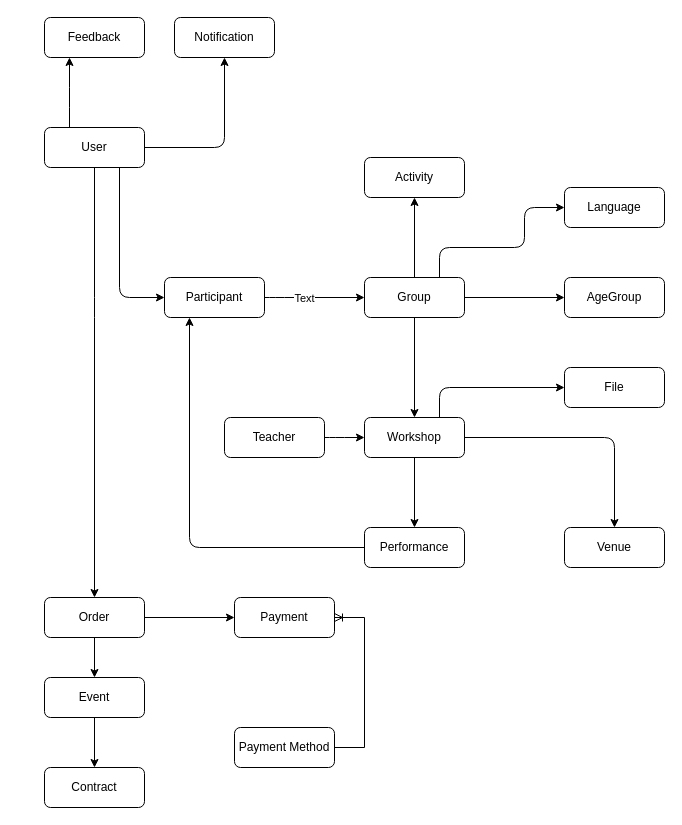
Above: docs/erm.drawio in OleksiyKharkiv/lebens_rhythmus (draw.io), before the change. Source tidied: cells renumbered, new cells numbered last; positions are measured from the earlier drawing's top-left corner, leaving out a move shared by most shapes. Both pictures are drawn from the tidied source at 100%, with x=0, y=0 at pixel (44, 17).
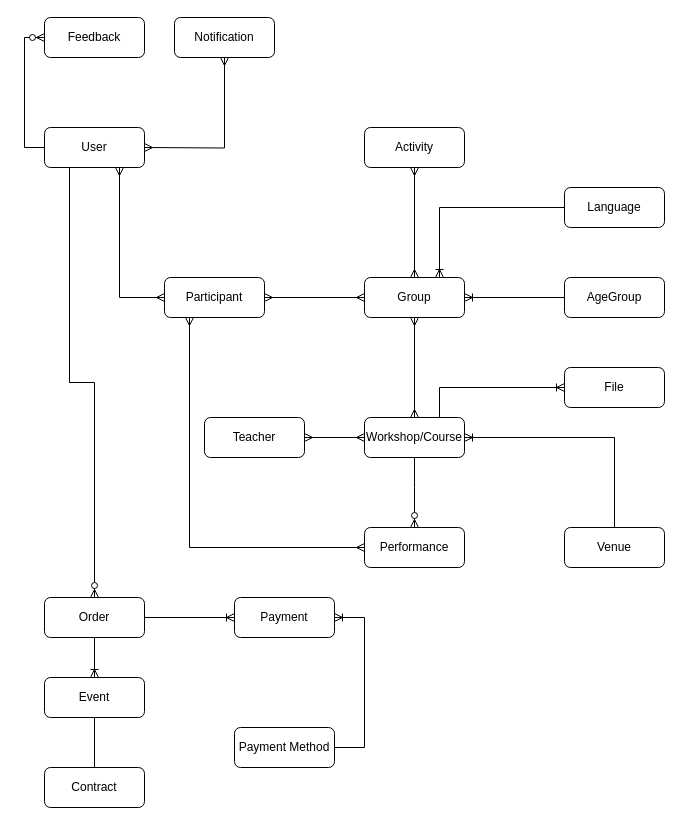
After the change.

Unchanged cells that the change refers to:
```xml
<mxCell id="2" value="User" style="rounded=1;whiteSpace=wrap;html=1;" parent="1" vertex="1">
  <mxGeometry y="110" width="100" height="40" as="geometry" />
</mxCell>
<mxCell id="3" value="Participant" style="rounded=1;whiteSpace=wrap;html=1;" parent="1" vertex="1">
  <mxGeometry x="120" y="260" width="100" height="40" as="geometry" />
</mxCell>
<mxCell id="5" value="Group" style="rounded=1;whiteSpace=wrap;html=1;" parent="1" vertex="1">
  <mxGeometry x="320" y="260" width="100" height="40" as="geometry" />
</mxCell>
<mxCell id="8" value="Venue" style="rounded=1;whiteSpace=wrap;html=1;" parent="1" vertex="1">
  <mxGeometry x="520" y="510" width="100" height="40" as="geometry" />
</mxCell>
<mxCell id="9" value="Performance" style="rounded=1;whiteSpace=wrap;html=1;" parent="1" vertex="1">
  <mxGeometry x="320" y="510" width="100" height="40" as="geometry" />
</mxCell>
<mxCell id="10" value="Event" style="rounded=1;whiteSpace=wrap;html=1;" parent="1" vertex="1">
  <mxGeometry y="660" width="100" height="40" as="geometry" />
</mxCell>
<mxCell id="11" value="Order" style="rounded=1;whiteSpace=wrap;html=1;" parent="1" vertex="1">
  <mxGeometry y="580" width="100" height="40" as="geometry" />
</mxCell>
<mxCell id="12" value="Language" style="rounded=1;whiteSpace=wrap;html=1;" parent="1" vertex="1">
  <mxGeometry x="520" y="170" width="100" height="40" as="geometry" />
</mxCell>
<mxCell id="13" value="AgeGroup" style="rounded=1;whiteSpace=wrap;html=1;" parent="1" vertex="1">
  <mxGeometry x="520" y="260" width="100" height="40" as="geometry" />
</mxCell>
<mxCell id="14" value="File" style="rounded=1;whiteSpace=wrap;html=1;" parent="1" vertex="1">
  <mxGeometry x="520" y="350" width="100" height="40" as="geometry" />
</mxCell>
<mxCell id="15" value="Contract" style="rounded=1;whiteSpace=wrap;html=1;" parent="1" vertex="1">
  <mxGeometry y="750" width="100" height="40" as="geometry" />
</mxCell>
<mxCell id="16" value="Payment" style="rounded=1;whiteSpace=wrap;html=1;" parent="1" vertex="1">
  <mxGeometry x="190" y="580" width="100" height="40" as="geometry" />
</mxCell>
<mxCell id="17" value="Notification" style="rounded=1;whiteSpace=wrap;html=1;" parent="1" vertex="1">
  <mxGeometry x="130" width="100" height="40" as="geometry" />
</mxCell>
<mxCell id="18" value="Feedback" style="rounded=1;whiteSpace=wrap;html=1;" parent="1" vertex="1">
  <mxGeometry width="100" height="40" as="geometry" />
</mxCell>
```

What changed in the source:
```diff
@@
     <mxCell id="4" value="Teacher" style="rounded=1;whiteSpace=wrap;html=1;" parent="1" vertex="1">
-      <mxGeometry x="180" y="400" width="100" height="40" as="geometry" />
+      <mxGeometry x="160" y="400" width="100" height="40" as="geometry" />
     </mxCell>
@@
     <mxCell id="6" value="Activity" style="rounded=1;whiteSpace=wrap;html=1;" parent="1" vertex="1">
-      <mxGeometry x="320" y="140" width="100" height="40" as="geometry" />
+      <mxGeometry x="320" y="110" width="100" height="40" as="geometry" />
     </mxCell>
-    <mxCell id="7" value="Workshop" style="rounded=1;whiteSpace=wrap;html=1;" parent="1" vertex="1">
+    <mxCell id="7" value="Workshop/Course" style="rounded=1;whiteSpace=wrap;html=1;" parent="1" vertex="1">
       <mxGeometry x="320" y="400" width="100" height="40" as="geometry" />
     </mxCell>
@@
-    <mxCell id="19" style="edgeStyle=orthogonalEdgeStyle;rounded=1;jettySize=auto;html=1;exitX=0.75;exitY=1;exitDx=0;exitDy=0;entryX=0;entryY=0.5;entryDx=0;entryDy=0;" parent="1" edge="1" source="2" target="3">
-      <mxGeometry relative="1" as="geometry" />
-    </mxCell>
+    <mxCell id="37" value="Payment Method" style="rounded=1;whiteSpace=wrap;html=1;" parent="1" vertex="1">
+      <mxGeometry x="190" y="710" width="100" height="40" as="geometry" />
+    </mxCell>
+    <mxCell id="38" style="edgeStyle=entityRelationEdgeStyle;fontSize=12;html=1;endArrow=ERoneToMany;rounded=0;exitX=1;exitY=0.5;exitDx=0;exitDy=0;entryX=1;entryY=0.5;entryDx=0;entryDy=0;" parent="1" edge="1" source="37" target="16">
+      <mxGeometry relative="1" as="geometry" />
+    </mxCell>
+    <mxCell id="32" style="edgeStyle=orthogonalEdgeStyle;fontSize=12;html=1;endArrow=ERzeroToMany;endFill=1;rounded=0;exitX=0;exitY=0.5;exitDx=0;exitDy=0;entryX=0;entryY=0.5;entryDx=0;entryDy=0;" parent="1" edge="1" source="2" target="18">
+      <mxGeometry relative="1" as="geometry">
+        <Array as="points">
+          <mxPoint x="-20" y="130" />
+          <mxPoint x="-20" y="20" />
+        </Array>
+      </mxGeometry>
+    </mxCell>
+    <mxCell id="39" style="edgeStyle=orthogonalEdgeStyle;fontSize=12;html=1;endArrow=ERmany;startArrow=ERmany;rounded=0;entryX=0.5;entryY=1;entryDx=0;entryDy=0;" parent="1" edge="1" target="17">
+      <mxGeometry relative="1" as="geometry">
+        <mxPoint x="100" y="130" as="sourcePoint" />
+      </mxGeometry>
+    </mxCell>
+    <mxCell id="40" style="edgeStyle=orthogonalEdgeStyle;fontSize=12;html=1;endArrow=ERmany;startArrow=ERmany;rounded=0;entryX=0.75;entryY=1;entryDx=0;entryDy=0;exitX=0;exitY=0.5;exitDx=0;exitDy=0;" parent="1" edge="1" source="3" target="2">
+      <mxGeometry relative="1" as="geometry" />
+    </mxCell>
+    <mxCell id="28" style="edgeStyle=orthogonalEdgeStyle;fontSize=12;html=1;endArrow=ERzeroToMany;endFill=1;rounded=0;exitX=0.25;exitY=1;exitDx=0;exitDy=0;entryX=0.5;entryY=0;entryDx=0;entryDy=0;" parent="1" edge="1" source="2" target="11">
+      <mxGeometry relative="1" as="geometry" />
+    </mxCell>
-    <mxCell id="20" style="edgeStyle=orthogonalEdgeStyle;rounded=1;jettySize=auto;html=1;entryX=0;entryY=0.5;entryDx=0;entryDy=0;exitX=1;exitY=0.5;exitDx=0;exitDy=0;" parent="1" edge="1" source="3" target="5">
-      <mxGeometry relative="1" as="geometry">
-        <Array as="points">
-          <mxPoint x="230" y="280" />
-          <mxPoint x="230" y="280" />
-        </Array>
-      </mxGeometry>
+    <mxCell id="20" style="edgeStyle=orthogonalEdgeStyle;fontSize=12;html=1;endArrow=ERmany;startArrow=ERmany;rounded=0;entryX=0;entryY=0.5;entryDx=0;entryDy=0;exitX=1;exitY=0.5;exitDx=0;exitDy=0;" parent="1" edge="1" source="3" target="5">
+      <mxGeometry relative="1" as="geometry" />
     </mxCell>
-    <mxCell id="21" value="Text" style="edgeLabel;html=1;align=center;verticalAlign=middle;" parent="20" vertex="1">
-      <mxGeometry x="-0.23" relative="1" as="geometry" />
-    </mxCell>
-    <mxCell id="22" style="edgeStyle=orthogonalEdgeStyle;rounded=1;jettySize=auto;html=1;exitX=0.5;exitY=0;exitDx=0;exitDy=0;entryX=0.5;entryY=1;entryDx=0;entryDy=0;" parent="1" edge="1" source="5" target="6">
-      <mxGeometry relative="1" as="geometry" />
-    </mxCell>
-    <mxCell id="23" style="edgeStyle=orthogonalEdgeStyle;rounded=1;jettySize=auto;html=1;exitX=0.5;exitY=1;exitDx=0;exitDy=0;entryX=0.5;entryY=0;entryDx=0;entryDy=0;" parent="1" edge="1" source="5" target="7">
-      <mxGeometry relative="1" as="geometry" />
-    </mxCell>
-    <mxCell id="24" style="edgeStyle=orthogonalEdgeStyle;rounded=1;jettySize=auto;html=1;exitX=1;exitY=0.5;exitDx=0;exitDy=0;entryX=0;entryY=0.5;entryDx=0;entryDy=0;" parent="1" edge="1" source="4" target="7">
-      <mxGeometry relative="1" as="geometry">
-        <Array as="points">
-          <mxPoint x="290" y="420" />
-          <mxPoint x="290" y="420" />
-        </Array>
-      </mxGeometry>
-    </mxCell>
-    <mxCell id="25" style="edgeStyle=orthogonalEdgeStyle;rounded=1;jettySize=auto;html=1;exitX=1;exitY=0.5;exitDx=0;exitDy=0;entryX=0.5;entryY=0;entryDx=0;entryDy=0;" parent="1" edge="1" source="7" target="8">
-      <mxGeometry relative="1" as="geometry" />
-    </mxCell>
-    <mxCell id="26" style="edgeStyle=orthogonalEdgeStyle;rounded=1;jettySize=auto;html=1;exitX=0.5;exitY=1;exitDx=0;exitDy=0;entryX=0.5;entryY=0;entryDx=0;entryDy=0;" parent="1" edge="1" source="7" target="9">
-      <mxGeometry relative="1" as="geometry" />
-    </mxCell>
-    <mxCell id="27" style="edgeStyle=orthogonalEdgeStyle;rounded=1;jettySize=auto;html=1;exitX=0;exitY=0.5;exitDx=0;exitDy=0;entryX=0.25;entryY=1;entryDx=0;entryDy=0;" parent="1" edge="1" source="9" target="3">
-      <mxGeometry relative="1" as="geometry">
-        <Array as="points">
-          <mxPoint x="145" y="530" />
-        </Array>
-      </mxGeometry>
-    </mxCell>
-    <mxCell id="28" style="edgeStyle=orthogonalEdgeStyle;rounded=1;jettySize=auto;html=1;exitX=0.5;exitY=1;exitDx=0;exitDy=0;entryX=0.5;entryY=0;entryDx=0;entryDy=0;" parent="1" edge="1" source="2" target="11">
-      <mxGeometry relative="1" as="geometry">
-        <Array as="points">
-          <mxPoint x="50" y="290" />
-        </Array>
-      </mxGeometry>
-    </mxCell>
+    <mxCell id="41" style="edgeStyle=orthogonalEdgeStyle;fontSize=12;html=1;endArrow=ERmany;startArrow=ERmany;rounded=0;entryX=0.5;entryY=0;entryDx=0;entryDy=0;exitX=0.5;exitY=1;exitDx=0;exitDy=0;" parent="1" edge="1" source="6" target="5">
+      <mxGeometry relative="1" as="geometry" />
+    </mxCell>
+    <mxCell id="35" style="edgeStyle=orthogonalEdgeStyle;fontSize=12;html=1;endArrow=ERoneToMany;rounded=0;exitX=1;exitY=0.5;exitDx=0;exitDy=0;entryX=0;entryY=0.5;entryDx=0;entryDy=0;" parent="1" edge="1" source="11" target="16">
+      <mxGeometry relative="1" as="geometry" />
+    </mxCell>
-    <mxCell id="29" style="edgeStyle=orthogonalEdgeStyle;rounded=1;jettySize=auto;html=1;exitX=0.5;exitY=1;exitDx=0;exitDy=0;entryX=0.5;entryY=0;entryDx=0;entryDy=0;" parent="1" edge="1" source="11" target="10">
+    <mxCell id="29" style="edgeStyle=orthogonalEdgeStyle;fontSize=12;html=1;endArrow=ERoneToMany;rounded=0;exitX=0.5;exitY=1;exitDx=0;exitDy=0;entryX=0.5;entryY=0;entryDx=0;entryDy=0;" parent="1" edge="1" source="11" target="10">
       <mxGeometry relative="1" as="geometry" />
     </mxCell>
-    <mxCell id="30" style="edgeStyle=orthogonalEdgeStyle;rounded=1;jettySize=auto;html=1;exitX=0.75;exitY=0;exitDx=0;exitDy=0;entryX=0;entryY=0.5;entryDx=0;entryDy=0;" parent="1" edge="1" source="5" target="12">
-      <mxGeometry relative="1" as="geometry">
-        <Array as="points">
-          <mxPoint x="395" y="230" />
-          <mxPoint x="480" y="230" />
-          <mxPoint x="480" y="190" />
-        </Array>
-      </mxGeometry>
-    </mxCell>
-    <mxCell id="31" style="edgeStyle=orthogonalEdgeStyle;rounded=1;jettySize=auto;html=1;exitX=1;exitY=0.5;exitDx=0;exitDy=0;entryX=0;entryY=0.5;entryDx=0;entryDy=0;" parent="1" edge="1" source="5" target="13">
-      <mxGeometry relative="1" as="geometry" />
-    </mxCell>
-    <mxCell id="32" style="edgeStyle=orthogonalEdgeStyle;rounded=1;jettySize=auto;html=1;exitX=0.25;exitY=0;exitDx=0;exitDy=0;entryX=0.25;entryY=1;entryDx=0;entryDy=0;" parent="1" edge="1" source="2" target="18">
-      <mxGeometry relative="1" as="geometry">
-        <Array as="points">
-          <mxPoint x="25" y="80" />
-          <mxPoint x="25" y="80" />
-        </Array>
-      </mxGeometry>
-    </mxCell>
-    <mxCell id="33" style="edgeStyle=orthogonalEdgeStyle;rounded=1;jettySize=auto;html=1;exitX=0.75;exitY=0;exitDx=0;exitDy=0;entryX=0;entryY=0.5;entryDx=0;entryDy=0;" parent="1" edge="1" source="7" target="14">
-      <mxGeometry relative="1" as="geometry">
-        <Array as="points">
-          <mxPoint x="395" y="370" />
-        </Array>
-      </mxGeometry>
+    <mxCell id="33" style="edgeStyle=orthogonalEdgeStyle;fontSize=12;html=1;endArrow=ERoneToMany;rounded=0;exitX=0.75;exitY=0;exitDx=0;exitDy=0;entryX=0;entryY=0.5;entryDx=0;entryDy=0;" parent="1" edge="1" source="7" target="14">
+      <mxGeometry relative="1" as="geometry" />
     </mxCell>
-    <mxCell id="34" style="edgeStyle=orthogonalEdgeStyle;rounded=1;jettySize=auto;html=1;exitX=0.5;exitY=1;exitDx=0;exitDy=0;entryX=0.5;entryY=0;entryDx=0;entryDy=0;" parent="1" edge="1" source="10" target="15">
-      <mxGeometry relative="1" as="geometry">
-        <Array as="points">
-          <mxPoint x="50" y="700" />
-          <mxPoint x="50" y="700" />
-        </Array>
-      </mxGeometry>
+    <mxCell id="34" style="endArrow=none;html=1;rounded=0;exitX=0.5;exitY=1;exitDx=0;exitDy=0;entryX=0.5;entryY=0;entryDx=0;entryDy=0;" parent="1" edge="1" source="10" target="15">
+      <mxGeometry relative="1" as="geometry" />
     </mxCell>
-    <mxCell id="35" style="edgeStyle=orthogonalEdgeStyle;rounded=1;jettySize=auto;html=1;exitX=1;exitY=0.5;exitDx=0;exitDy=0;entryX=0;entryY=0.5;entryDx=0;entryDy=0;" parent="1" edge="1" source="11" target="16">
-      <mxGeometry relative="1" as="geometry">
-        <Array as="points">
-          <mxPoint x="190" y="600" />
-          <mxPoint x="190" y="600" />
-        </Array>
-      </mxGeometry>
-    </mxCell>
-    <mxCell id="36" style="edgeStyle=orthogonalEdgeStyle;rounded=1;jettySize=auto;html=1;exitX=1;exitY=0.5;exitDx=0;exitDy=0;entryX=0.5;entryY=1;entryDx=0;entryDy=0;" parent="1" edge="1" source="2" target="17">
-      <mxGeometry relative="1" as="geometry">
-        <Array as="points">
-          <mxPoint x="180" y="130" />
-        </Array>
-      </mxGeometry>
-    </mxCell>
-    <mxCell id="37" value="Payment Method" style="rounded=1;whiteSpace=wrap;html=1;" parent="1" vertex="1">
-      <mxGeometry x="190" y="710" width="100" height="40" as="geometry" />
-    </mxCell>
-    <mxCell id="38" style="edgeStyle=entityRelationEdgeStyle;fontSize=12;html=1;endArrow=ERoneToMany;rounded=0;exitX=1;exitY=0.5;exitDx=0;exitDy=0;entryX=1;entryY=0.5;entryDx=0;entryDy=0;" parent="1" edge="1" source="37" target="16">
-      <mxGeometry relative="1" as="geometry" />
-    </mxCell>
+    <mxCell id="27" style="edgeStyle=orthogonalEdgeStyle;fontSize=12;html=1;endArrow=ERmany;startArrow=ERmany;rounded=0;entryX=0.25;entryY=1;entryDx=0;entryDy=0;exitX=0;exitY=0.5;exitDx=0;exitDy=0;" parent="1" edge="1" source="9" target="3">
+      <mxGeometry relative="1" as="geometry" />
+    </mxCell>
+    <mxCell id="24" style="edgeStyle=orthogonalEdgeStyle;fontSize=12;html=1;endArrow=ERmany;startArrow=ERmany;rounded=0;entryX=0;entryY=0.5;entryDx=0;entryDy=0;exitX=1;exitY=0.5;exitDx=0;exitDy=0;" parent="1" edge="1" source="4" target="7">
+      <mxGeometry relative="1" as="geometry" />
+    </mxCell>
+    <mxCell id="42" style="edgeStyle=orthogonalEdgeStyle;fontSize=12;html=1;endArrow=ERoneToMany;rounded=0;exitX=0;exitY=0.5;exitDx=0;exitDy=0;entryX=1;entryY=0.5;entryDx=0;entryDy=0;" parent="1" edge="1" source="13" target="5">
+      <mxGeometry relative="1" as="geometry" />
+    </mxCell>
+    <mxCell id="43" style="edgeStyle=orthogonalEdgeStyle;fontSize=12;html=1;endArrow=ERoneToMany;rounded=0;exitX=0;exitY=0.5;exitDx=0;exitDy=0;entryX=0.75;entryY=0;entryDx=0;entryDy=0;" parent="1" edge="1" source="12" target="5">
+      <mxGeometry relative="1" as="geometry" />
+    </mxCell>
+    <mxCell id="23" style="edgeStyle=orthogonalEdgeStyle;fontSize=12;html=1;endArrow=ERmany;startArrow=ERmany;rounded=0;entryX=0.5;entryY=0;entryDx=0;entryDy=0;exitX=0.5;exitY=1;exitDx=0;exitDy=0;" parent="1" edge="1" source="5" target="7">
+      <mxGeometry relative="1" as="geometry" />
+    </mxCell>
+    <mxCell id="26" style="edgeStyle=orthogonalEdgeStyle;fontSize=12;html=1;endArrow=ERzeroToMany;endFill=1;rounded=0;exitX=0.5;exitY=1;exitDx=0;exitDy=0;entryX=0.5;entryY=0;entryDx=0;entryDy=0;" parent="1" edge="1" source="7" target="9">
+      <mxGeometry relative="1" as="geometry">
+        <Array as="points">
+          <mxPoint x="370" y="470" />
+          <mxPoint x="370" y="470" />
+        </Array>
+      </mxGeometry>
+    </mxCell>
+    <mxCell id="44" style="edgeStyle=orthogonalEdgeStyle;fontSize=12;html=1;endArrow=ERoneToMany;rounded=0;exitX=0.5;exitY=0;exitDx=0;exitDy=0;entryX=1;entryY=0.5;entryDx=0;entryDy=0;" parent="1" edge="1" source="8" target="7">
+      <mxGeometry relative="1" as="geometry" />
+    </mxCell>
```
